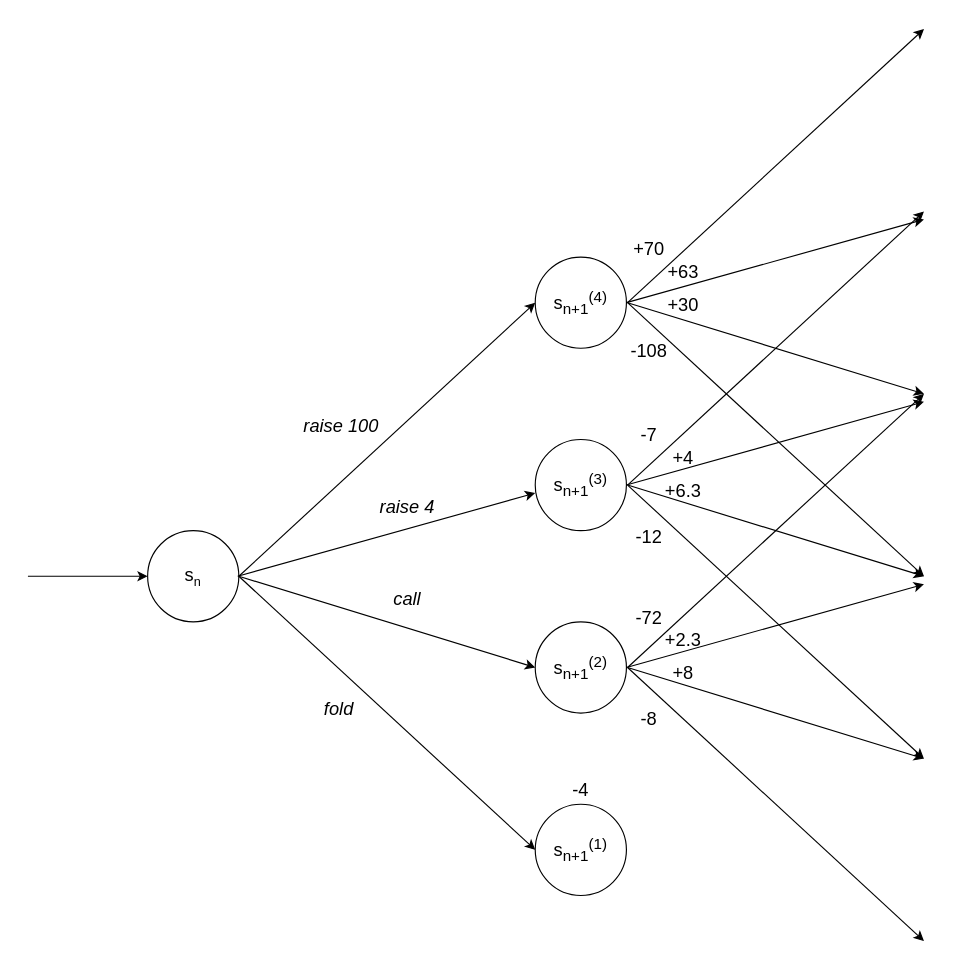
Above: defense/poker_state_3.drawio in Orpheon/All-in (draw.io), before the change. Source tidied: cells renumbered, new cells numbered last; positions are measured from the earlier drawing's top-left corner, leaving out a move shared by most shapes. Both pictures are drawn from the tidied source at 114%, with x=0, y=0 at pixel (27, 28).
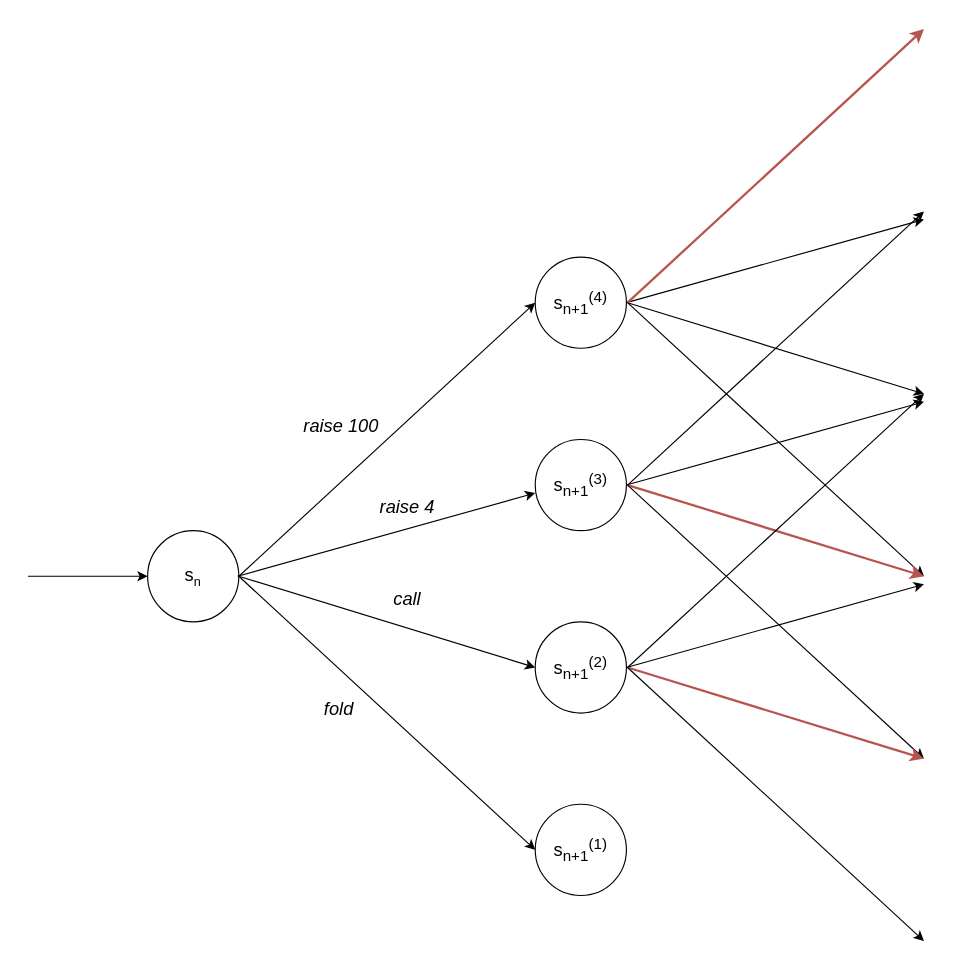
Above is the later version.

The edit, as a diff of the source:
```diff
@@
-    <mxCell id="14" style="endArrow=classic;html=1;entryX=0;entryY=0.5;entryDx=0;entryDy=0;exitX=1;exitY=0.5;exitDx=0;exitDy=0;strokeWidth=1;" parent="1" edge="1">
+    <mxCell id="14" style="endArrow=classic;html=1;entryX=0;entryY=0.5;entryDx=0;entryDy=0;exitX=1;exitY=0.5;exitDx=0;exitDy=0;strokeWidth=2;fillColor=#f8cecc;strokeColor=#b85450;" parent="1" edge="1">
       <mxGeometry relative="1" as="geometry">
         <mxPoint x="526" y="240" as="sourcePoint" />
         <mxPoint x="786" as="targetPoint" />
       </mxGeometry>
     </mxCell>
@@
-    <mxCell id="17" style="endArrow=classic;html=1;entryX=0;entryY=0.5;entryDx=0;entryDy=0;exitX=1;exitY=0.5;exitDx=0;exitDy=0;strokeWidth=1;" parent="1" edge="1">
+    <mxCell id="17" style="endArrow=classic;html=1;entryX=0;entryY=0.5;entryDx=0;entryDy=0;exitX=1;exitY=0.5;exitDx=0;exitDy=0;strokeWidth=2;fillColor=#f8cecc;strokeColor=#b85450;" parent="1" edge="1">
       <mxGeometry relative="1" as="geometry">
         <mxPoint x="526" y="400" as="sourcePoint" />
         <mxPoint x="786" y="480" as="targetPoint" />
       </mxGeometry>
     </mxCell>
@@
-    <mxCell id="21" style="endArrow=classic;html=1;entryX=0;entryY=0.5;entryDx=0;entryDy=0;exitX=1;exitY=0.5;exitDx=0;exitDy=0;strokeWidth=1;" parent="1" edge="1">
+    <mxCell id="21" style="endArrow=classic;html=1;entryX=0;entryY=0.5;entryDx=0;entryDy=0;exitX=1;exitY=0.5;exitDx=0;exitDy=0;strokeWidth=2;fillColor=#f8cecc;strokeColor=#b85450;" parent="1" edge="1">
       <mxGeometry relative="1" as="geometry">
         <mxPoint x="526" y="560" as="sourcePoint" />
         <mxPoint x="786" y="640" as="targetPoint" />
       </mxGeometry>
     </mxCell>
@@
-    <mxCell id="33" value="+70" style="text;html=1;strokeColor=none;fillColor=none;align=center;verticalAlign=middle;whiteSpace=wrap;rounded=0;fontSize=16;" parent="1" vertex="1">
-      <mxGeometry x="525" y="183" width="40" height="20" as="geometry" />
-    </mxCell>
-    <mxCell id="34" value="+63" style="text;html=1;strokeColor=none;fillColor=none;align=center;verticalAlign=middle;whiteSpace=wrap;rounded=0;fontSize=16;" parent="1" vertex="1">
-      <mxGeometry x="555" y="203" width="40" height="20" as="geometry" />
-    </mxCell>
-    <mxCell id="35" value="+30" style="text;html=1;align=center;verticalAlign=middle;whiteSpace=wrap;rounded=0;fontSize=16;" parent="1" vertex="1">
-      <mxGeometry x="555" y="232" width="40" height="20" as="geometry" />
-    </mxCell>
-    <mxCell id="36" value="-108" style="text;html=1;strokeColor=none;fillColor=none;align=center;verticalAlign=middle;whiteSpace=wrap;rounded=0;fontSize=16;" parent="1" vertex="1">
-      <mxGeometry x="525" y="272" width="40" height="20" as="geometry" />
-    </mxCell>
-    <mxCell id="37" value="-7" style="text;html=1;strokeColor=none;fillColor=none;align=center;verticalAlign=middle;whiteSpace=wrap;rounded=0;fontSize=16;" parent="1" vertex="1">
-      <mxGeometry x="525" y="345.5" width="40" height="20" as="geometry" />
-    </mxCell>
-    <mxCell id="38" value="+4" style="text;html=1;strokeColor=none;fillColor=none;align=center;verticalAlign=middle;whiteSpace=wrap;rounded=0;fontSize=16;" parent="1" vertex="1">
-      <mxGeometry x="555" y="365.5" width="40" height="20" as="geometry" />
-    </mxCell>
-    <mxCell id="39" value="+6.3" style="text;html=1;strokeColor=none;fillColor=none;align=center;verticalAlign=middle;whiteSpace=wrap;rounded=0;fontSize=16;" parent="1" vertex="1">
-      <mxGeometry x="555" y="394.5" width="40" height="20" as="geometry" />
-    </mxCell>
-    <mxCell id="40" value="-12" style="text;html=1;strokeColor=none;fillColor=none;align=center;verticalAlign=middle;whiteSpace=wrap;rounded=0;fontSize=16;" parent="1" vertex="1">
-      <mxGeometry x="525" y="434.5" width="40" height="20" as="geometry" />
-    </mxCell>
-    <mxCell id="41" value="-72" style="text;html=1;strokeColor=none;fillColor=none;align=center;verticalAlign=middle;whiteSpace=wrap;rounded=0;fontSize=16;" parent="1" vertex="1">
-      <mxGeometry x="525" y="505.5" width="40" height="20" as="geometry" />
-    </mxCell>
-    <mxCell id="42" value="+2.3" style="text;html=1;strokeColor=none;fillColor=none;align=center;verticalAlign=middle;whiteSpace=wrap;rounded=0;fontSize=16;" parent="1" vertex="1">
-      <mxGeometry x="555" y="525.5" width="40" height="20" as="geometry" />
-    </mxCell>
-    <mxCell id="43" value="+8" style="text;html=1;strokeColor=none;fillColor=none;align=center;verticalAlign=middle;whiteSpace=wrap;rounded=0;fontSize=16;" parent="1" vertex="1">
-      <mxGeometry x="555" y="554.5" width="40" height="20" as="geometry" />
-    </mxCell>
-    <mxCell id="44" value="-8" style="text;html=1;strokeColor=none;fillColor=none;align=center;verticalAlign=middle;whiteSpace=wrap;rounded=0;fontSize=16;" parent="1" vertex="1">
-      <mxGeometry x="525" y="594.5" width="40" height="20" as="geometry" />
-    </mxCell>
-    <mxCell id="45" value="-4" style="text;html=1;strokeColor=none;fillColor=none;align=center;verticalAlign=middle;whiteSpace=wrap;rounded=0;fontSize=16;" parent="1" vertex="1">
-      <mxGeometry x="465" y="657" width="40" height="20" as="geometry" />
-    </mxCell>
```
